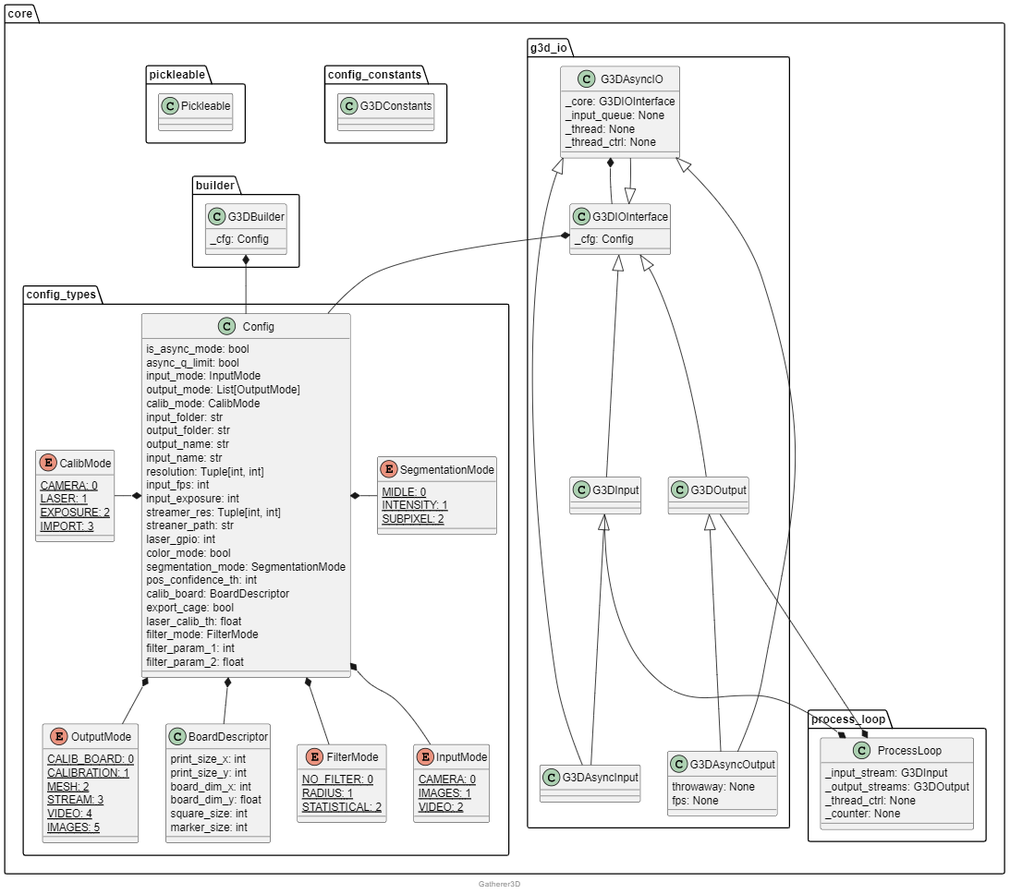
Before: docs/architecture/exports/1-core.png, a diagram exported from PlantUML (kArmadi110/Gatherer3Dv2). Its source is kept beside it as docs/architecture/1-core.puml.
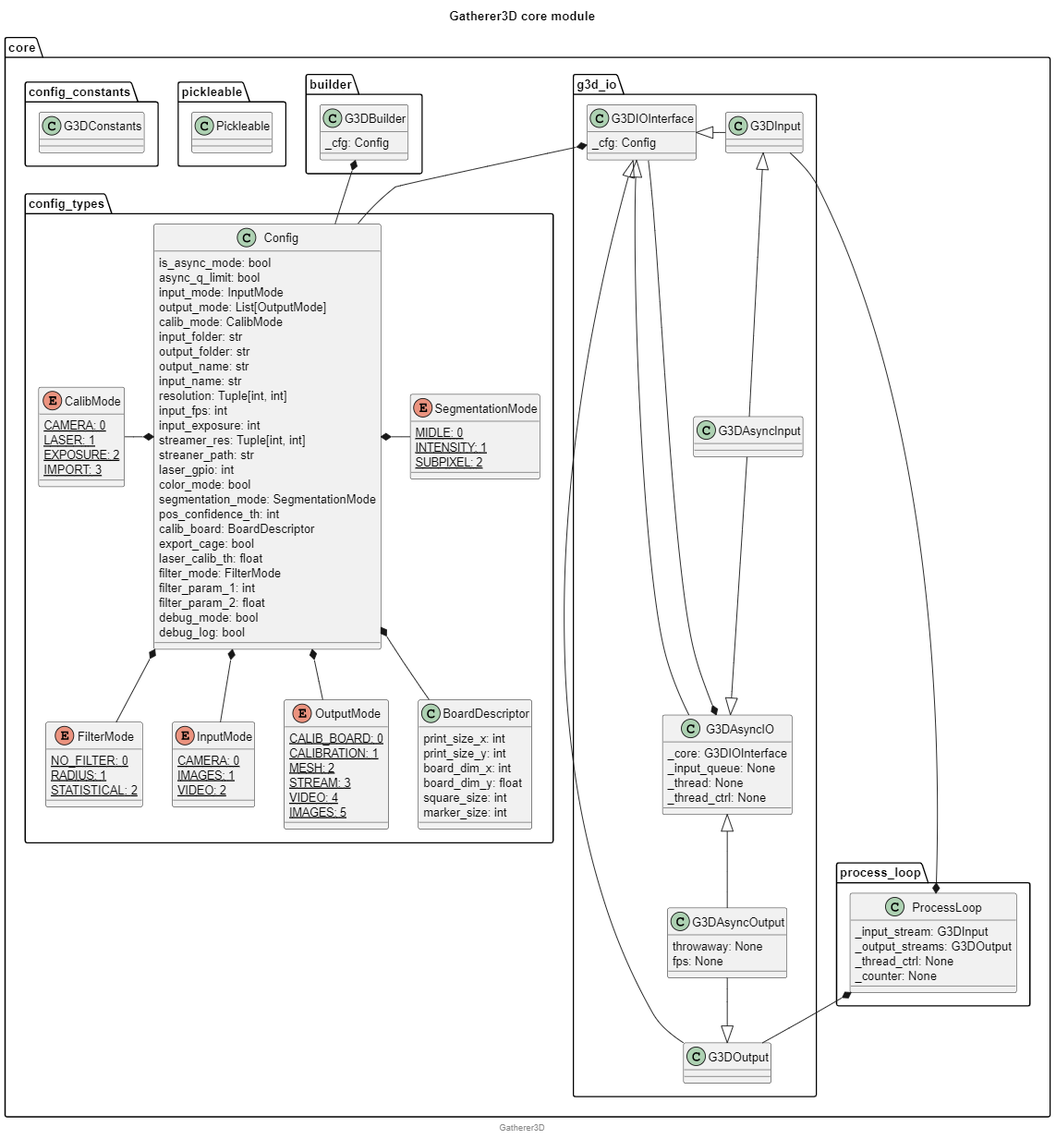
Above is the later version.

Change to the diagram source:
```diff
@@ -1,4 +1,7 @@
-@startuml core
+@startuml Gatherer3D core module
+
+title **Gatherer3D core module**
+
 namespace core {
     namespace g3d_io {}
     namespace builder {}
@@ -55,6 +58,8 @@
     filter_mode: FilterMode
     filter_param_1: int
     filter_param_2: float
+    debug_mode: bool
+    debug_log: bool
 }
 enum core.config_types.FilterMode {
     NO_FILTER: 0 {static}
@@ -103,11 +108,11 @@
 class core.pickleable.Pickleable {
 }
 core.g3d_io.G3DInput <|-- core.g3d_io.G3DAsyncInput
-core.g3d_io.G3DAsyncIO <|-- core.g3d_io.G3DAsyncInput
-core.g3d_io.G3DOutput <|-- core.g3d_io.G3DAsyncOutput
+core.g3d_io.G3DAsyncIO <|-up- core.g3d_io.G3DAsyncInput
+core.g3d_io.G3DOutput <|-up- core.g3d_io.G3DAsyncOutput
 core.g3d_io.G3DAsyncIO <|-- core.g3d_io.G3DAsyncOutput
 core.builder.G3DBuilder *-down- core.config_types.Config
-core.g3d_io.G3DIOInterface <|-- core.g3d_io.G3DInput
+core.g3d_io.G3DIOInterface <|-right- core.g3d_io.G3DInput
 core.process_loop.ProcessLoop *-up- core.g3d_io.G3DInput
 core.process_loop.ProcessLoop *-- core.g3d_io.G3DOutput
 core.config_types.Config *-- core.config_types.InputMode
```
